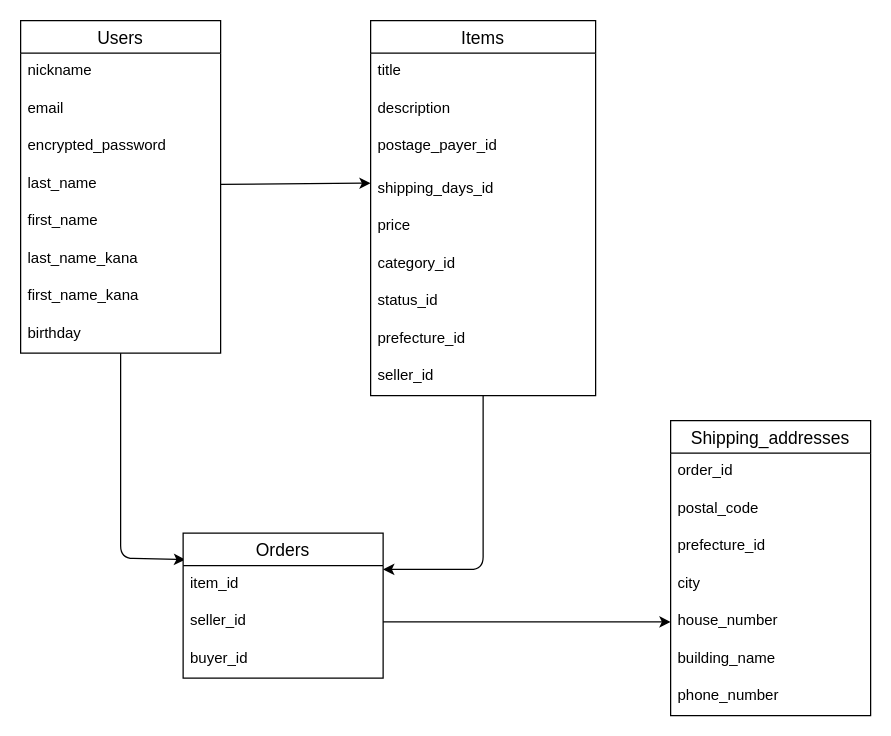
milsio0117/furima-40822 keeps this draw.io diagram as database.dio. Above is the earlier version. Source tidied: cells renumbered, new cells numbered last; positions are measured from the earlier drawing's top-left corner, leaving out a move shared by most shapes. Both pictures are drawn from the tidied source at 125%, with x=0, y=0 at pixel (20, 20).
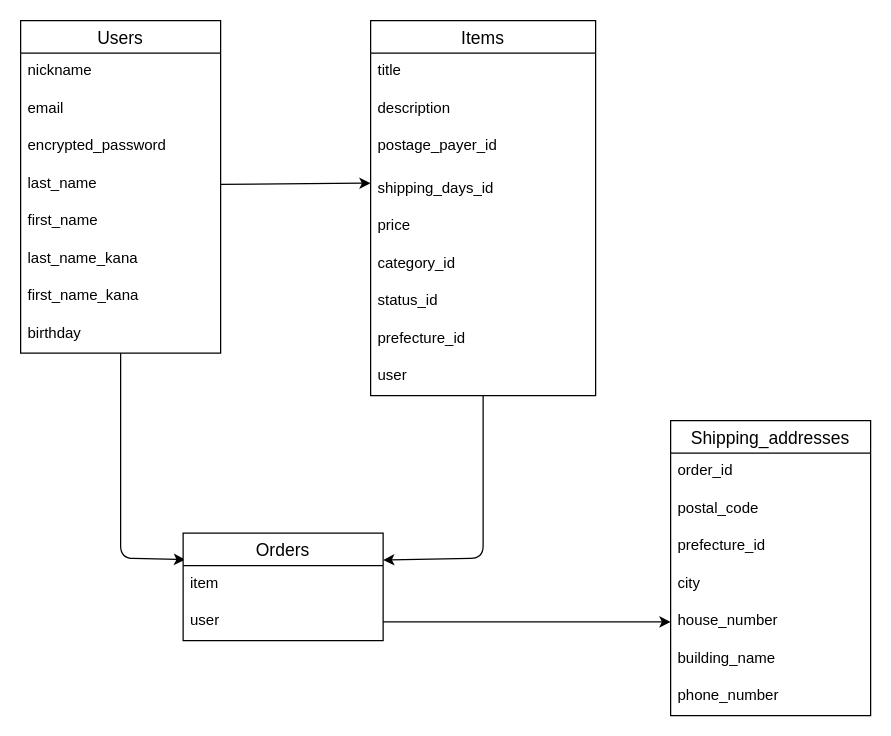
Above is the later version.

Commit message (it also covers changes not shown here):
データベース設計・再提出２回目

Unchanged cells that the change refers to:
```xml
<mxCell id="13" value="Items" style="swimlane;fontStyle=0;horizontal=1;startSize=26;align=center;fontSize=14;" parent="1" vertex="1">
  <mxGeometry x="280" width="180" height="300" as="geometry" />
</mxCell>
```

Change to the diagram source:
```diff
@@
     <mxCell id="12" style="edgeStyle=none;html=1;entryX=1;entryY=0.25;entryDx=0;entryDy=0;" parent="1" edge="1" source="13" target="32">
       <mxGeometry relative="1" as="geometry">
         <Array as="points">
-          <mxPoint x="370" y="439" />
+          <mxPoint x="370" y="430" />
         </Array>
       </mxGeometry>
     </mxCell>
@@
-    <mxCell id="22" value="seller_id" style="text;strokeColor=none;fillColor=none;spacingLeft=4;spacingRight=4;overflow=hidden;fontSize=12;" parent="13" vertex="1">
+    <mxCell id="22" value="user" style="text;strokeColor=none;fillColor=none;spacingLeft=4;spacingRight=4;overflow=hidden;fontSize=12;" parent="13" vertex="1">
       <mxGeometry y="270" width="180" height="30" as="geometry" />
     </mxCell>
@@
     <mxCell id="32" value="Orders" style="swimlane;fontStyle=0;horizontal=1;startSize=26;align=center;fontSize=14;" parent="1" vertex="1">
-      <mxGeometry x="130" y="410" width="160" height="116" as="geometry" />
+      <mxGeometry x="130" y="410" width="160" height="86" as="geometry" />
     </mxCell>
-    <mxCell id="33" value="item_id" style="text;strokeColor=none;fillColor=none;spacingLeft=4;spacingRight=4;overflow=hidden;fontSize=12;" parent="32" vertex="1">
+    <mxCell id="33" value="item" style="text;strokeColor=none;fillColor=none;spacingLeft=4;spacingRight=4;overflow=hidden;fontSize=12;" parent="32" vertex="1">
       <mxGeometry y="26" width="160" height="30" as="geometry" />
     </mxCell>
-    <mxCell id="34" value="seller_id" style="text;strokeColor=none;fillColor=none;spacingLeft=4;spacingRight=4;overflow=hidden;points=[[0,0.5],[1,0.5]];portConstraint=eastwest;fontSize=12;" parent="32" vertex="1">
+    <mxCell id="34" value="user" style="text;strokeColor=none;fillColor=none;spacingLeft=4;spacingRight=4;overflow=hidden;points=[[0,0.5],[1,0.5]];portConstraint=eastwest;fontSize=12;" parent="32" vertex="1">
       <mxGeometry y="56" width="160" height="30" as="geometry" />
     </mxCell>
-    <mxCell id="35" value="buyer_id" style="text;strokeColor=none;fillColor=none;spacingLeft=4;spacingRight=4;overflow=hidden;fontSize=12;" parent="32" vertex="1">
-      <mxGeometry y="86" width="160" height="30" as="geometry" />
-    </mxCell>
```
